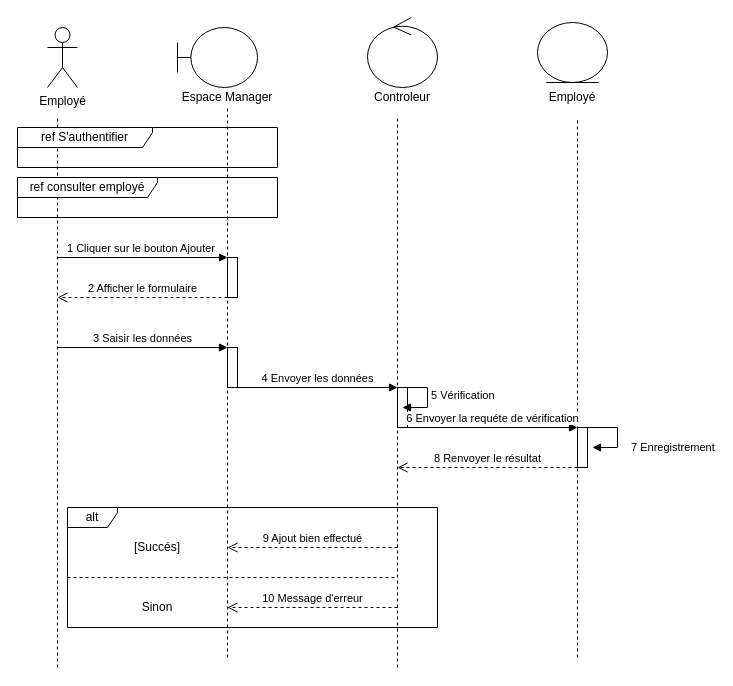
Before: Untitled Diagram.drawio in iheblatrech/form-inscription-react, a draw.io diagram. Source tidied: cells renumbered, new cells numbered last; positions are measured from the earlier drawing's top-left corner, leaving out a move shared by most shapes. Both pictures are drawn from the tidied source at 100%, with x=0, y=0 at pixel (17, 17).
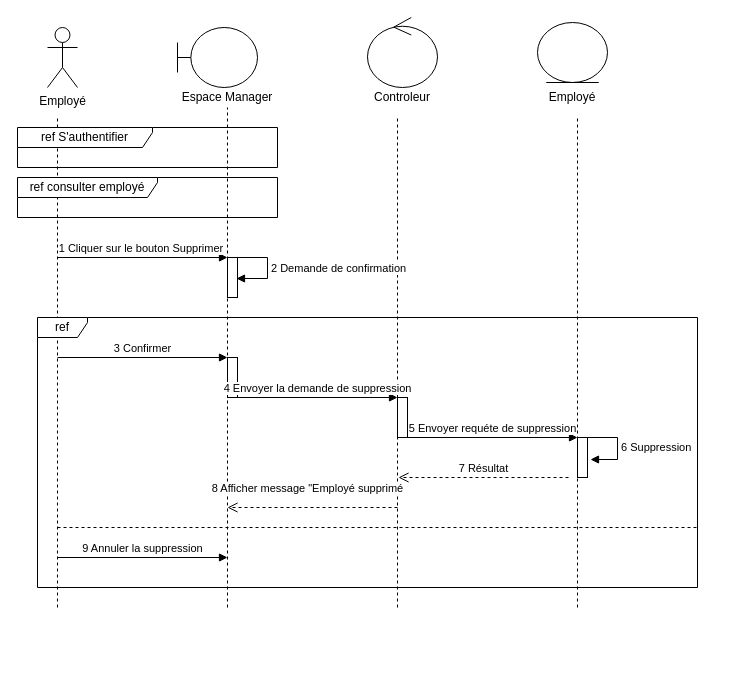
Above is the later version.

Commit message:
séquence-suppression-employé

The change refers to these unchanged cells:
```xml
<mxCell id="6" value="Espace Manager" style="text;html=1;strokeColor=none;fillColor=none;align=center;verticalAlign=middle;whiteSpace=wrap;rounded=0;" parent="1" vertex="1">
  <mxGeometry x="130" y="70" width="160" height="20" as="geometry" />
</mxCell>
<mxCell id="17" style="html=1;points=[];perimeter=orthogonalPerimeter;" parent="1" vertex="1">
  <mxGeometry x="210" y="240" width="10" height="40" as="geometry" />
</mxCell>
```

Diff of the diagram source:
```diff
@@
     <mxCell id="10" style="endArrow=none;dashed=1;html=1;" parent="1" edge="1">
       <mxGeometry relative="1" as="geometry">
-        <mxPoint x="40" y="650" as="sourcePoint" />
+        <mxPoint x="40" y="590" as="sourcePoint" />
         <mxPoint x="40" y="100" as="targetPoint" />
       </mxGeometry>
     </mxCell>
     <mxCell id="11" style="endArrow=none;dashed=1;html=1;entryX=0.5;entryY=1;entryDx=0;entryDy=0;" parent="1" edge="1" target="6">
       <mxGeometry relative="1" as="geometry">
-        <mxPoint x="210" y="640" as="sourcePoint" />
+        <mxPoint x="210" y="590" as="sourcePoint" />
       </mxGeometry>
     </mxCell>
     <mxCell id="12" style="endArrow=none;dashed=1;html=1;" parent="1" edge="1">
       <mxGeometry relative="1" as="geometry">
-        <mxPoint x="380" y="650" as="sourcePoint" />
+        <mxPoint x="380" y="590" as="sourcePoint" />
         <mxPoint x="380" y="100" as="targetPoint" />
       </mxGeometry>
     </mxCell>
     <mxCell id="13" style="endArrow=none;dashed=1;html=1;" parent="1" edge="1">
       <mxGeometry relative="1" as="geometry">
-        <mxPoint x="560" y="640" as="sourcePoint" />
+        <mxPoint x="560" y="590" as="sourcePoint" />
         <mxPoint x="560" y="100" as="targetPoint" />
       </mxGeometry>
     </mxCell>
@@
-    <mxCell id="16" value="1 Cliquer sur le bouton Ajouter&amp;nbsp;" style="html=1;verticalAlign=bottom;endArrow=block;" parent="1" edge="1">
+    <mxCell id="16" value="1 Cliquer sur le bouton Supprimer&amp;nbsp;" style="html=1;verticalAlign=bottom;endArrow=block;" parent="1" edge="1">
       <mxGeometry relative="1" as="geometry">
         <mxPoint x="40" y="240" as="sourcePoint" />
         <mxPoint x="210" y="240" as="targetPoint" />
       </mxGeometry>
     </mxCell>
@@
-    <mxCell id="18" value="2 Afficher le formulaire" style="html=1;verticalAlign=bottom;endArrow=open;dashed=1;endSize=8;" parent="1" edge="1">
-      <mxGeometry relative="1" as="geometry">
-        <mxPoint x="210" y="280" as="sourcePoint" />
-        <mxPoint x="40" y="280" as="targetPoint" />
-      </mxGeometry>
-    </mxCell>
-    <mxCell id="19" value="3 Saisir les données" style="html=1;verticalAlign=bottom;endArrow=block;" parent="1" edge="1">
-      <mxGeometry relative="1" as="geometry">
-        <mxPoint x="40" y="330" as="sourcePoint" />
-        <mxPoint x="210" y="330" as="targetPoint" />
-      </mxGeometry>
-    </mxCell>
-    <mxCell id="20" style="html=1;perimeter=orthogonalPerimeter;" parent="1" vertex="1">
-      <mxGeometry x="210" y="330" width="10" height="40" as="geometry" />
-    </mxCell>
-    <mxCell id="21" value="4 Envoyer les données" style="html=1;verticalAlign=bottom;endArrow=block;" parent="1" edge="1">
-      <mxGeometry relative="1" as="geometry">
-        <mxPoint x="220" y="370" as="sourcePoint" />
-        <mxPoint x="380" y="370" as="targetPoint" />
-      </mxGeometry>
-    </mxCell>
-    <mxCell id="22" style="html=1;perimeter=orthogonalPerimeter;" parent="1" vertex="1">
-      <mxGeometry x="380" y="370" width="10" height="40" as="geometry" />
-    </mxCell>
-    <mxCell id="23" value="5 Vérification" style="edgeStyle=orthogonalEdgeStyle;html=1;align=left;spacingLeft=2;endArrow=block;rounded=0;entryX=1;entryY=0;" parent="1" edge="1">
-      <mxGeometry relative="1" as="geometry">
-        <mxPoint x="380" y="370" as="sourcePoint" />
-        <mxPoint x="385" y="390" as="targetPoint" />
-        <Array as="points">
-          <mxPoint x="410" y="370" />
-        </Array>
-      </mxGeometry>
-    </mxCell>
-    <mxCell id="24" value="6 Envoyer la requéte de vérification" style="html=1;verticalAlign=bottom;endArrow=block;" parent="1" edge="1">
-      <mxGeometry relative="1" as="geometry">
-        <mxPoint x="390" y="410" as="sourcePoint" />
-        <mxPoint x="560" y="410" as="targetPoint" />
-      </mxGeometry>
-    </mxCell>
-    <mxCell id="25" style="html=1;perimeter=orthogonalPerimeter;" parent="1" vertex="1">
-      <mxGeometry x="560" y="410" width="10" height="40" as="geometry" />
-    </mxCell>
-    <mxCell id="26" value="7 Enregistrement" style="edgeStyle=orthogonalEdgeStyle;html=1;align=left;spacingLeft=2;endArrow=block;rounded=0;entryX=1;entryY=0;" parent="1" edge="1">
-      <mxGeometry x="0.33" y="-10" relative="1" as="geometry">
-        <mxPoint x="570" y="410" as="sourcePoint" />
-        <mxPoint x="575" y="430" as="targetPoint" />
-        <Array as="points">
-          <mxPoint x="600" y="410" />
-        </Array>
-        <mxPoint x="10" y="10" as="offset" />
-      </mxGeometry>
-    </mxCell>
-    <mxCell id="27" value="8 Renvoyer le résultat" style="html=1;verticalAlign=bottom;endArrow=open;dashed=1;endSize=8;" parent="1" edge="1">
-      <mxGeometry relative="1" as="geometry">
-        <mxPoint x="560" y="450" as="sourcePoint" />
-        <mxPoint x="380" y="450" as="targetPoint" />
-      </mxGeometry>
-    </mxCell>
-    <mxCell id="28" value="alt" style="shape=umlFrame;whiteSpace=wrap;html=1;width=50;height=20;" parent="1" vertex="1">
-      <mxGeometry x="50" y="490" width="370" height="120" as="geometry" />
-    </mxCell>
-    <mxCell id="29" value="9 Ajout bien effectué" style="html=1;verticalAlign=bottom;endArrow=open;dashed=1;endSize=8;" parent="1" edge="1">
-      <mxGeometry relative="1" as="geometry">
-        <mxPoint x="380" y="530" as="sourcePoint" />
-        <mxPoint x="210" y="530" as="targetPoint" />
-      </mxGeometry>
-    </mxCell>
-    <mxCell id="30" value="[Succés]" style="text;html=1;strokeColor=none;fillColor=none;align=center;verticalAlign=middle;whiteSpace=wrap;rounded=0;" parent="1" vertex="1">
-      <mxGeometry x="120" y="520" width="40" height="20" as="geometry" />
-    </mxCell>
-    <mxCell id="31" style="endArrow=none;dashed=1;html=1;" parent="1" edge="1">
-      <mxGeometry relative="1" as="geometry">
-        <mxPoint x="50" y="560" as="sourcePoint" />
-        <mxPoint x="380" y="560" as="targetPoint" />
-      </mxGeometry>
-    </mxCell>
-    <mxCell id="32" value="10 Message d'erreur" style="html=1;verticalAlign=bottom;endArrow=open;dashed=1;endSize=8;" parent="1" edge="1">
-      <mxGeometry relative="1" as="geometry">
-        <mxPoint x="380" y="590" as="sourcePoint" />
-        <mxPoint x="210" y="590" as="targetPoint" />
-      </mxGeometry>
-    </mxCell>
-    <mxCell id="33" value="Sinon" style="text;html=1;strokeColor=none;fillColor=none;align=center;verticalAlign=middle;whiteSpace=wrap;rounded=0;" parent="1" vertex="1">
-      <mxGeometry x="120" y="580" width="40" height="20" as="geometry" />
-    </mxCell>
+    <mxCell id="34" value="2 Demande de confirmation" style="edgeStyle=orthogonalEdgeStyle;html=1;align=left;spacingLeft=2;endArrow=block;rounded=0;entryX=0.9;entryY=0.525;entryDx=0;entryDy=0;entryPerimeter=0;" parent="1" edge="1" target="17">
+      <mxGeometry relative="1" as="geometry">
+        <mxPoint x="220" y="240" as="sourcePoint" />
+        <Array as="points">
+          <mxPoint x="250" y="240" />
+          <mxPoint x="250" y="261" />
+        </Array>
+      </mxGeometry>
+    </mxCell>
+    <mxCell id="35" value="ref" style="shape=umlFrame;whiteSpace=wrap;html=1;width=50;height=20;" parent="1" vertex="1">
+      <mxGeometry x="20" y="300" width="660" height="270" as="geometry" />
+    </mxCell>
+    <mxCell id="36" value="3 Confirmer" style="html=1;verticalAlign=bottom;endArrow=block;" parent="1" edge="1">
+      <mxGeometry relative="1" as="geometry">
+        <mxPoint x="40" y="340" as="sourcePoint" />
+        <mxPoint x="210" y="340" as="targetPoint" />
+      </mxGeometry>
+    </mxCell>
+    <mxCell id="37" style="html=1;perimeter=orthogonalPerimeter;" parent="1" vertex="1">
+      <mxGeometry x="210" y="340" width="10" height="40" as="geometry" />
+    </mxCell>
+    <mxCell id="38" value="4 Envoyer la demande de suppression" style="html=1;verticalAlign=bottom;endArrow=block;" parent="1" edge="1">
+      <mxGeometry relative="1" as="geometry">
+        <mxPoint x="220" y="380" as="sourcePoint" />
+        <mxPoint x="380" y="380" as="targetPoint" />
+      </mxGeometry>
+    </mxCell>
+    <mxCell id="39" style="html=1;perimeter=orthogonalPerimeter;" parent="1" vertex="1">
+      <mxGeometry x="380" y="380" width="10" height="40" as="geometry" />
+    </mxCell>
+    <mxCell id="40" value="5 Envoyer requéte de suppression" style="html=1;verticalAlign=bottom;endArrow=block;" parent="1" edge="1">
+      <mxGeometry relative="1" as="geometry">
+        <mxPoint x="390" y="420" as="sourcePoint" />
+        <mxPoint x="560" y="420" as="targetPoint" />
+      </mxGeometry>
+    </mxCell>
+    <mxCell id="41" style="html=1;points=[];perimeter=orthogonalPerimeter;" parent="1" vertex="1">
+      <mxGeometry x="560" y="420" width="10" height="40" as="geometry" />
+    </mxCell>
+    <mxCell id="42" value="6 Suppression" style="edgeStyle=orthogonalEdgeStyle;html=1;align=left;spacingLeft=2;endArrow=block;rounded=0;entryX=1.3;entryY=0.55;entryDx=0;entryDy=0;entryPerimeter=0;" parent="1" edge="1" target="41">
+      <mxGeometry relative="1" as="geometry">
+        <mxPoint x="570" y="420" as="sourcePoint" />
+        <Array as="points">
+          <mxPoint x="600" y="420" />
+          <mxPoint x="600" y="442" />
+        </Array>
+      </mxGeometry>
+    </mxCell>
+    <mxCell id="43" value="7 Résultat" style="html=1;verticalAlign=bottom;endArrow=open;dashed=1;endSize=8;" parent="1" edge="1">
+      <mxGeometry relative="1" as="geometry">
+        <mxPoint x="551" y="460" as="sourcePoint" />
+        <mxPoint x="381" y="460" as="targetPoint" />
+      </mxGeometry>
+    </mxCell>
+    <mxCell id="44" value="8 Afficher message &quot;Employé supprimé" style="html=1;verticalAlign=bottom;endArrow=open;dashed=1;endSize=8;" parent="1" edge="1">
+      <mxGeometry x="0.06" y="-10" relative="1" as="geometry">
+        <mxPoint x="380" y="490" as="sourcePoint" />
+        <mxPoint x="210" y="490" as="targetPoint" />
+      </mxGeometry>
+    </mxCell>
+    <mxCell id="45" style="endArrow=none;dashed=1;html=1;" parent="1" edge="1">
+      <mxGeometry relative="1" as="geometry">
+        <mxPoint x="40" y="510" as="sourcePoint" />
+        <mxPoint x="680" y="510" as="targetPoint" />
+        <Array as="points">
+          <mxPoint x="40" y="510" />
+        </Array>
+      </mxGeometry>
+    </mxCell>
+    <mxCell id="46" value="9 Annuler la suppression" style="html=1;verticalAlign=bottom;endArrow=block;" parent="1" edge="1">
+      <mxGeometry relative="1" as="geometry">
+        <mxPoint x="40" y="540" as="sourcePoint" />
+        <mxPoint x="210" y="540" as="targetPoint" />
+      </mxGeometry>
+    </mxCell>
```
